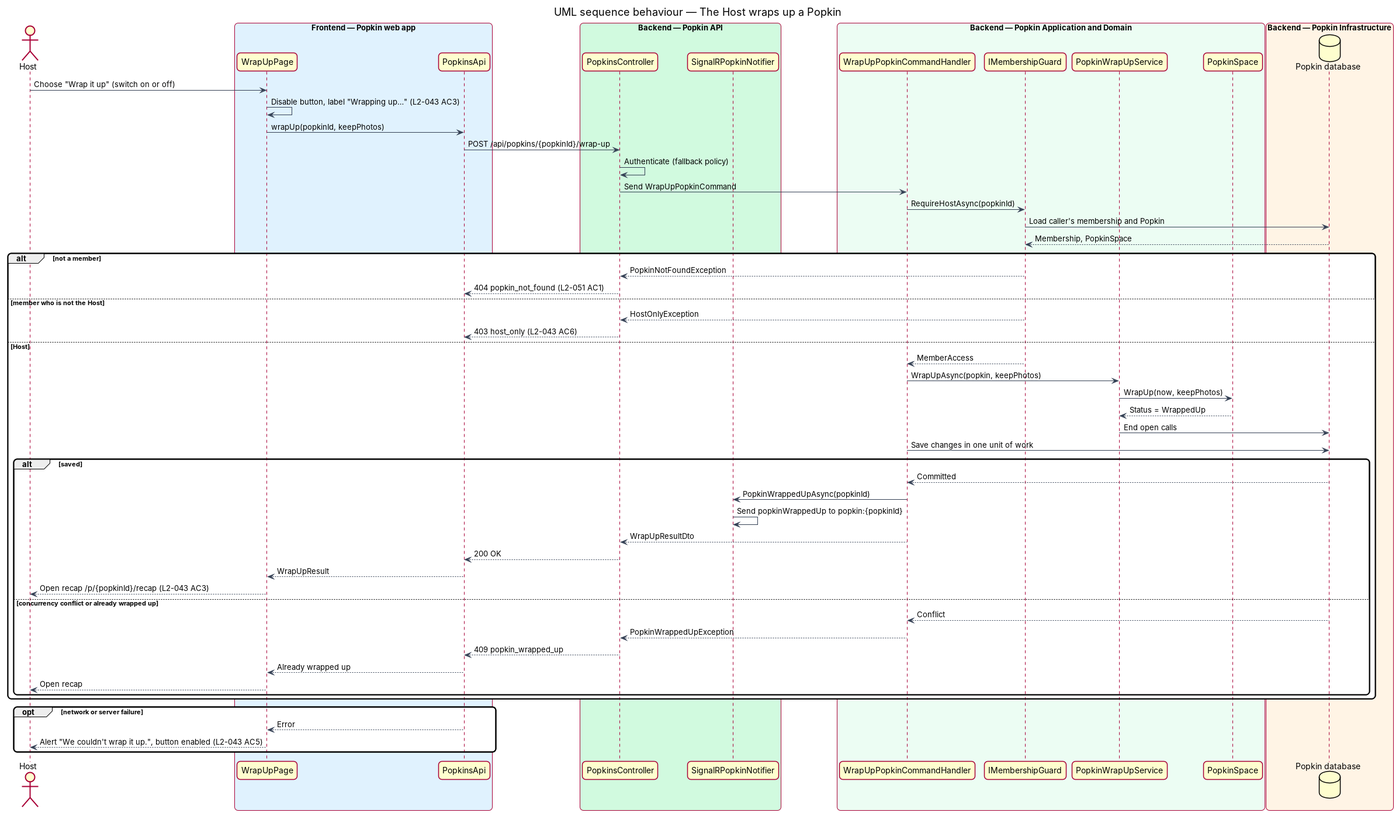
Above: docs/detailed-designs/wrap-up/host-wraps-up/diagrams/sequence-wrap-up.png in QuinntyneBrown/popkin (PlantUML), before the change. Its source is kept beside it as docs/detailed-designs/wrap-up/host-wraps-up/diagrams/sequence-wrap-up.puml. Its diagram source:
```plantuml
@startuml
title UML sequence behaviour — The Host wraps up a Popkin
skinparam backgroundColor #FFFFFF
skinparam shadowing false
skinparam roundcorner 12
skinparam defaultFontName Arial
skinparam ArrowColor #344054
skinparam rectangle {
  BorderColor #344054
  FontColor #101828
}
skinparam package {
  BorderColor #667085
  FontColor #101828
  BackgroundColor #F9FAFB
}
actor "Host" as actor
box "Frontend — Popkin web app" #E0F2FE
  participant "WrapUpPage" as page
  participant "PopkinsApi" as client
end box
box "Backend — Popkin API" #D1FADF
  participant "PopkinsController" as controller
  participant "SignalRPopkinNotifier" as notifier
end box
box "Backend — Popkin Application and Domain" #ECFDF3
  participant "WrapUpPopkinCommandHandler" as handler
  participant "IMembershipGuard" as guard
  participant "PopkinWrapUpService" as service
  participant "PopkinSpace" as entity
end box
box "Backend — Popkin Infrastructure" #FFF4E5
  database "Popkin database" as db
end box
actor -> page : Choose "Wrap it up" (switch on or off)
page -> page : Disable button, label "Wrapping up…" (L2-043 AC3)
page -> client : wrapUp(popkinId, keepPhotos)
client -> controller : POST /api/popkins/{popkinId}/wrap-up
controller -> controller : Authenticate (fallback policy)
controller -> handler : Send WrapUpPopkinCommand
handler -> guard : RequireHostAsync(popkinId)
guard -> db : Load caller's membership and Popkin
db --> guard : Membership, PopkinSpace
alt not a member
  guard --> controller : PopkinNotFoundException
  controller --> client : 404 popkin_not_found (L2-051 AC1)
else member who is not the Host
  guard --> controller : HostOnlyException
  controller --> client : 403 host_only (L2-043 AC6)
else Host
  guard --> handler : MemberAccess
  handler -> service : WrapUpAsync(popkin, keepPhotos)
  service -> entity : WrapUp(now, keepPhotos)
  entity --> service : Status = WrappedUp
  service -> db : End open calls
  handler -> db : Save changes in one unit of work
  alt saved
    db --> handler : Committed
    handler -> notifier : PopkinWrappedUpAsync(popkinId)
    notifier -> notifier : Send popkinWrappedUp to popkin:{popkinId}
    handler --> controller : WrapUpResultDto
    controller --> client : 200 OK
    client --> page : WrapUpResult
    page --> actor : Open recap /p/{popkinId}/recap (L2-043 AC3)
  else concurrency conflict or already wrapped up
    db --> handler : Conflict
    handler --> controller : PopkinWrappedUpException
    controller --> client : 409 popkin_wrapped_up
    client --> page : Already wrapped up
    page --> actor : Open recap
  end
end
opt network or server failure
  client --> page : Error
  page --> actor : Alert "We couldn't wrap it up.", button enabled (L2-043 AC5)
end
@enduml
```
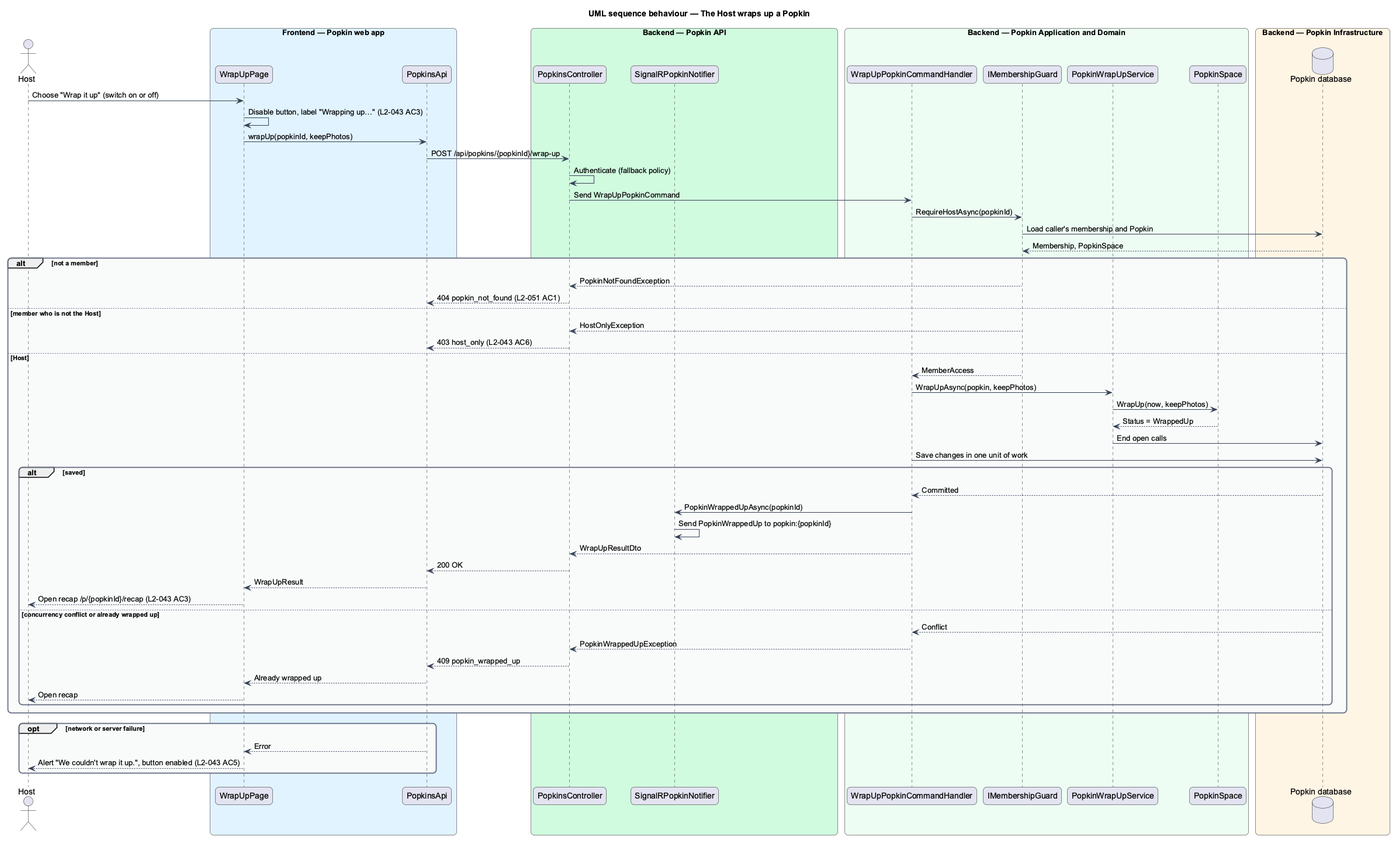
After the commit.

What changed in the source:
```diff
@@ -57,7 +57,7 @@
   alt saved
     db --> handler : Committed
     handler -> notifier : PopkinWrappedUpAsync(popkinId)
-    notifier -> notifier : Send popkinWrappedUp to popkin:{popkinId}
+    notifier -> notifier : Send PopkinWrappedUp to popkin:{popkinId}
     handler --> controller : WrapUpResultDto
     controller --> client : 200 OK
     client --> page : WrapUpResult
```
